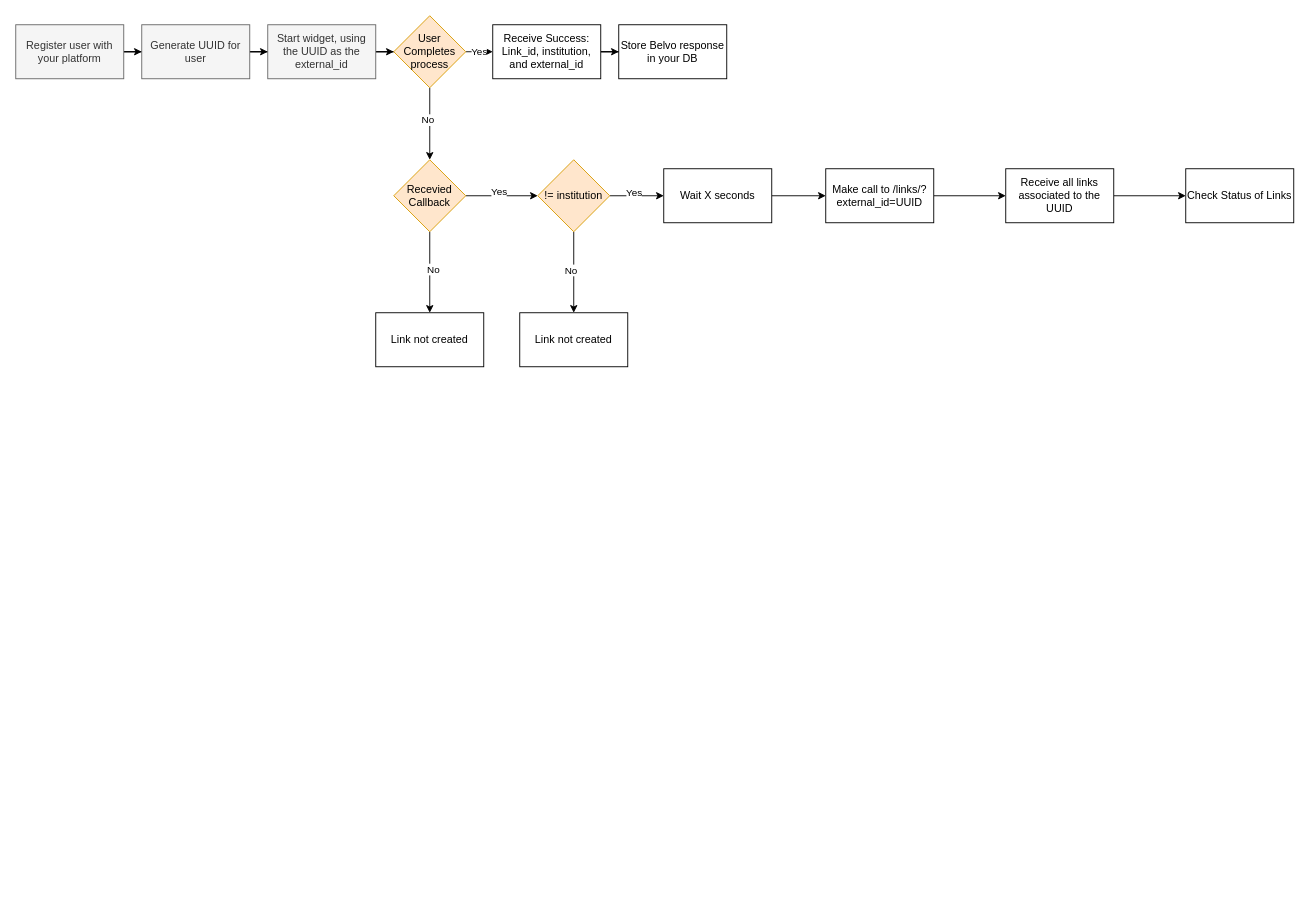
This is link-creation.drawio from dom-techwriter/diagrams, a draw.io file, before an edit. Source tidied: cells renumbered, new cells numbered last; positions are measured from the earlier drawing's top-left corner, leaving out a move shared by most shapes. Both pictures are drawn from the tidied source at 90%, with x=0, y=0 at pixel (15, 15).
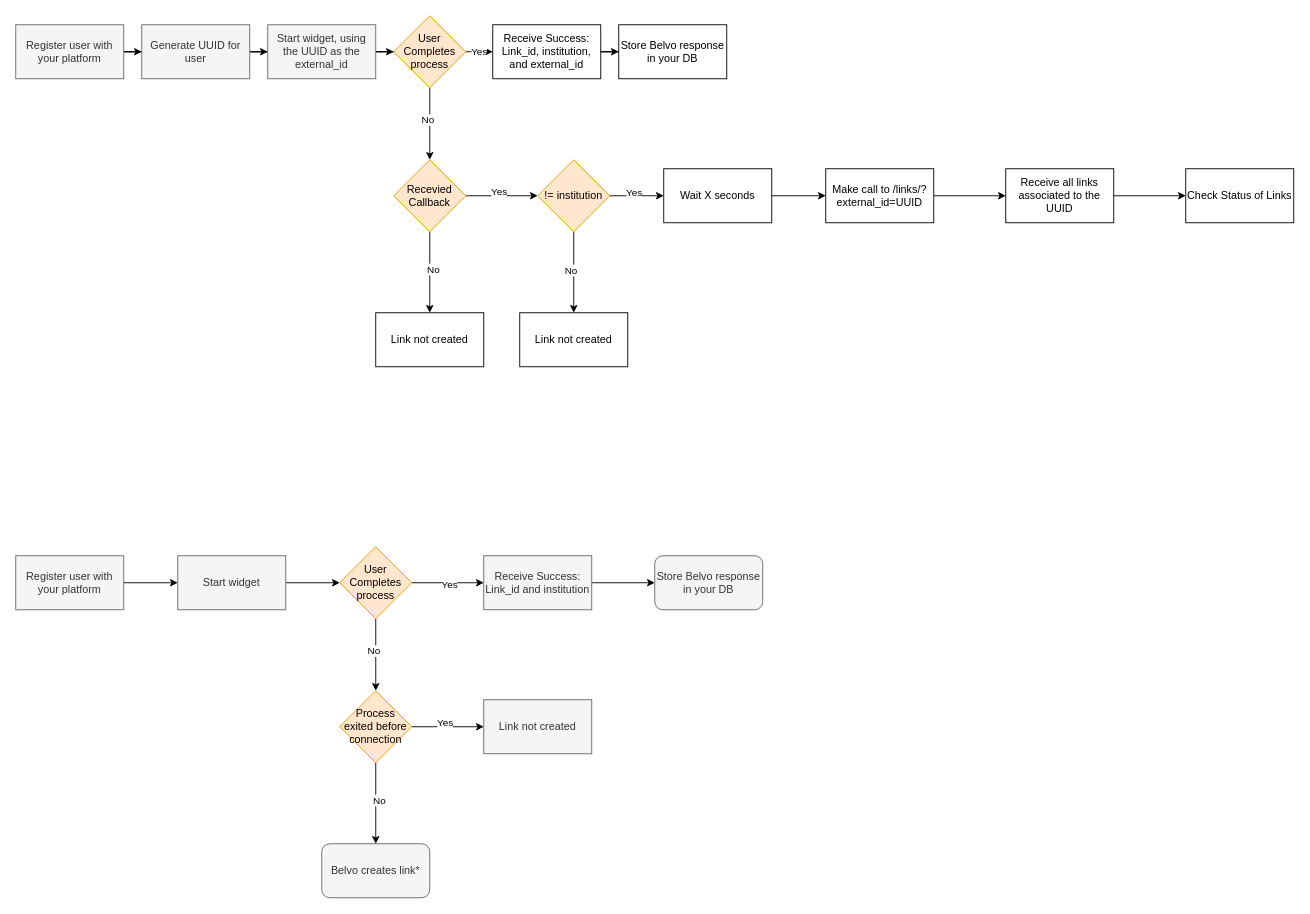
The same page after the edit.

Change to the diagram source:
```diff
@@
+    <mxCell id="35" style="edgeStyle=orthogonalEdgeStyle;rounded=0;jettySize=auto;html=1;entryX=0;entryY=0.5;entryDx=0;entryDy=0;" parent="1" edge="1" source="36" target="38">
+      <mxGeometry relative="1" as="geometry" />
+    </mxCell>
+    <mxCell id="36" value="Register user with your platform" style="rounded=0;whiteSpace=wrap;html=1;fillColor=#f5f5f5;strokeColor=#666666;fontColor=#333333;" parent="1" vertex="1">
+      <mxGeometry y="600" width="120" height="60" as="geometry" />
+    </mxCell>
+    <mxCell id="37" style="edgeStyle=orthogonalEdgeStyle;rounded=0;jettySize=auto;html=1;" parent="1" edge="1" source="38" target="43">
+      <mxGeometry relative="1" as="geometry" />
+    </mxCell>
+    <mxCell id="38" value="Start widget" style="whiteSpace=wrap;html=1;rounded=0;fillColor=#f5f5f5;strokeColor=#666666;fontColor=#333333;" parent="1" vertex="1">
+      <mxGeometry x="180" y="600" width="120" height="60" as="geometry" />
+    </mxCell>
+    <mxCell id="39" style="edgeStyle=orthogonalEdgeStyle;rounded=0;jettySize=auto;html=1;" parent="1" edge="1" source="43" target="45">
+      <mxGeometry relative="1" as="geometry" />
+    </mxCell>
+    <mxCell id="40" value="Yes" style="edgeLabel;html=1;align=center;verticalAlign=middle;" parent="39" vertex="1">
+      <mxGeometry x="0.03" y="-1" relative="1" as="geometry" />
+    </mxCell>
+    <mxCell id="41" style="edgeStyle=orthogonalEdgeStyle;rounded=0;jettySize=auto;html=1;" parent="1" edge="1" source="43" target="51">
+      <mxGeometry relative="1" as="geometry" />
+    </mxCell>
+    <mxCell id="42" value="No" style="edgeLabel;html=1;align=center;verticalAlign=middle;" parent="41" vertex="1">
+      <mxGeometry x="-0.12" y="-3" relative="1" as="geometry" />
+    </mxCell>
+    <mxCell id="43" value="User Completes process" style="rhombus;whiteSpace=wrap;html=1;rounded=0;fillColor=#ffe6cc;strokeColor=#d79b00;" parent="1" vertex="1">
+      <mxGeometry x="360" y="590" width="80" height="80" as="geometry" />
+    </mxCell>
+    <mxCell id="44" style="edgeStyle=orthogonalEdgeStyle;rounded=0;jettySize=auto;html=1;" parent="1" edge="1" source="45" target="46">
+      <mxGeometry relative="1" as="geometry" />
+    </mxCell>
+    <mxCell id="45" value="Receive Success: Link_id and institution" style="whiteSpace=wrap;html=1;rounded=0;fillColor=#f5f5f5;strokeColor=#666666;fontColor=#333333;" parent="1" vertex="1">
+      <mxGeometry x="520" y="600" width="120" height="60" as="geometry" />
+    </mxCell>
+    <mxCell id="46" value="Store Belvo response in your DB" style="whiteSpace=wrap;html=1;rounded=1;fillColor=#f5f5f5;strokeColor=#666666;fontColor=#333333;" parent="1" vertex="1">
+      <mxGeometry x="710" y="600" width="120" height="60" as="geometry" />
+    </mxCell>
+    <mxCell id="47" style="edgeStyle=orthogonalEdgeStyle;rounded=0;jettySize=auto;html=1;" parent="1" edge="1" source="51">
+      <mxGeometry relative="1" as="geometry">
+        <mxPoint x="400" y="920" as="targetPoint" />
+      </mxGeometry>
+    </mxCell>
+    <mxCell id="48" value="No" style="edgeLabel;html=1;align=center;verticalAlign=middle;" parent="47" vertex="1">
+      <mxGeometry x="-0.09" y="3" relative="1" as="geometry" />
+    </mxCell>
+    <mxCell id="49" style="edgeStyle=orthogonalEdgeStyle;rounded=0;jettySize=auto;html=1;" parent="1" edge="1" source="51">
+      <mxGeometry relative="1" as="geometry">
+        <mxPoint x="520" y="790" as="targetPoint" />
+      </mxGeometry>
+    </mxCell>
+    <mxCell id="50" value="Yes" style="edgeLabel;html=1;align=center;verticalAlign=middle;" parent="49" vertex="1">
+      <mxGeometry x="-0.11" y="5" relative="1" as="geometry" />
+    </mxCell>
+    <mxCell id="51" value="Process exited before connection" style="rhombus;whiteSpace=wrap;html=1;rounded=0;fillColor=#ffe6cc;strokeColor=#d79b00;" parent="1" vertex="1">
+      <mxGeometry x="360" y="750" width="80" height="80" as="geometry" />
+    </mxCell>
+    <mxCell id="52" value="Belvo creates link*" style="whiteSpace=wrap;html=1;rounded=1;fillColor=#f5f5f5;strokeColor=#666666;fontColor=#333333;" parent="1" vertex="1">
+      <mxGeometry x="340" y="920" width="120" height="60" as="geometry" />
+    </mxCell>
+    <mxCell id="53" value="Link not created" style="whiteSpace=wrap;html=1;rounded=0;fillColor=#f5f5f5;strokeColor=#666666;fontColor=#333333;" parent="1" vertex="1">
+      <mxGeometry x="520" y="760" width="120" height="60" as="geometry" />
+    </mxCell>
```
